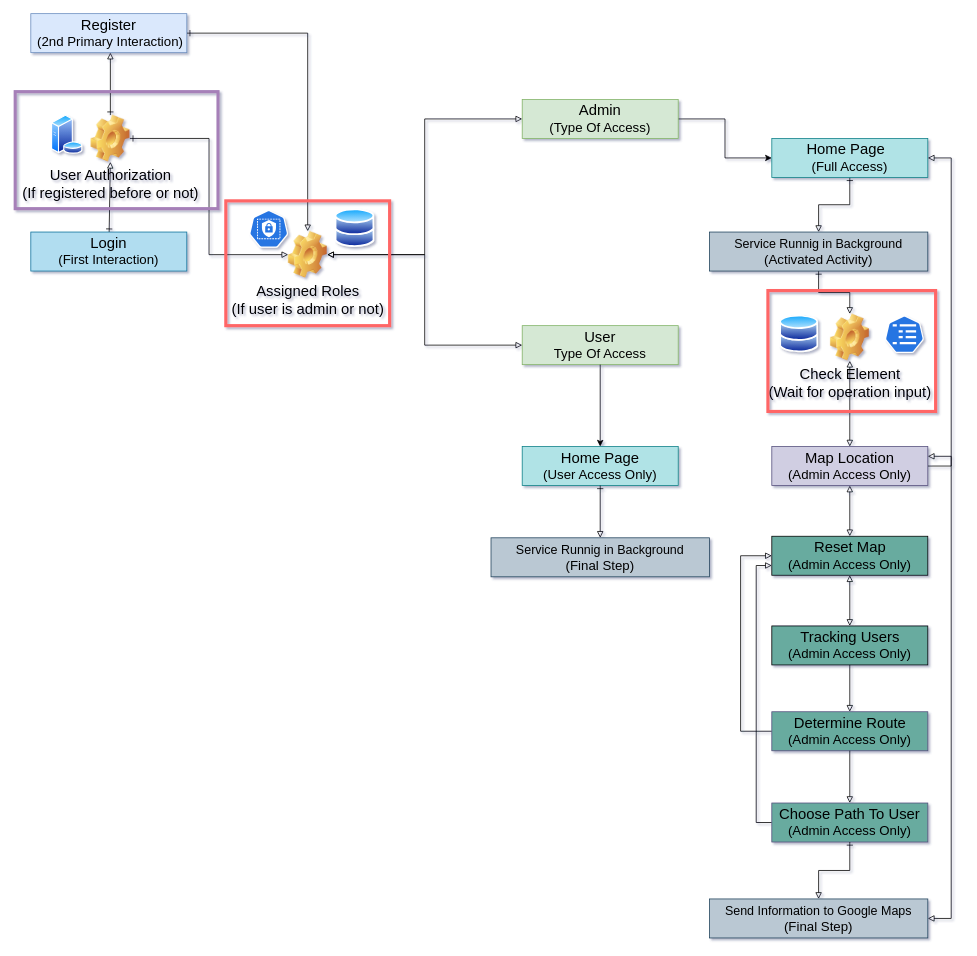
The draw.io diagram Untitled Diagram.drawio in George2G/Diagram_Diploma, before the edit. Source tidied: cells renumbered, new cells numbered last; positions are measured from the earlier drawing's top-left corner, leaving out a move shared by most shapes. Both pictures are drawn from the tidied source at 78%, with x=0, y=0 at pixel (15, 13).
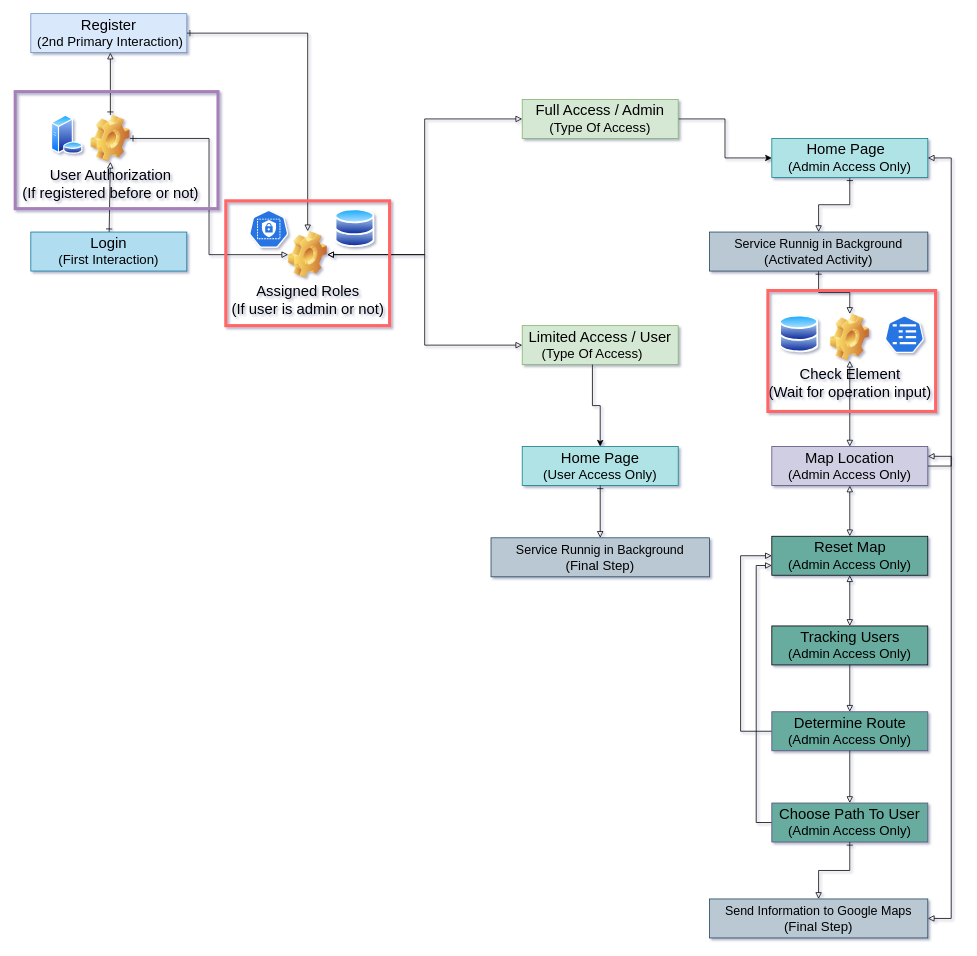
Above is the later version.

Change to the diagram source:
```diff
@@
-    <mxCell id="16" value="&lt;font style=&quot;font-size: 17px&quot;&gt;(Full Access)&lt;/font&gt;" style="text;html=1;strokeColor=none;fillColor=none;align=center;verticalAlign=middle;whiteSpace=wrap;rounded=0;fontSize=20;" parent="1" vertex="1">
-      <mxGeometry x="990" y="180" width="160" height="30" as="geometry" />
+    <mxCell id="16" value="&lt;font style=&quot;font-size: 17px&quot;&gt;(Admin Access Only)&lt;/font&gt;" style="text;html=1;strokeColor=none;fillColor=none;align=center;verticalAlign=middle;whiteSpace=wrap;rounded=0;fontSize=20;" parent="1" vertex="1">
+      <mxGeometry x="970" y="180" width="200" height="30" as="geometry" />
     </mxCell>
@@
-    <mxCell id="18" value="&lt;span style=&quot;font-size: 19px&quot;&gt;User&lt;/span&gt;" style="text;html=1;strokeColor=none;fillColor=none;align=center;verticalAlign=middle;whiteSpace=wrap;rounded=0;" parent="1" vertex="1">
-      <mxGeometry x="685" y="400" width="130" height="30" as="geometry" />
+    <mxCell id="18" value="&lt;span style=&quot;font-size: 19px&quot;&gt;Limited Access / User&lt;/span&gt;" style="text;html=1;strokeColor=none;fillColor=none;align=center;verticalAlign=middle;whiteSpace=wrap;rounded=0;" parent="1" vertex="1">
+      <mxGeometry x="650" y="400" width="200" height="30" as="geometry" />
     </mxCell>
@@
-    <mxCell id="20" value="&lt;font style=&quot;font-size: 17px&quot;&gt;Type Of Access&lt;/font&gt;" style="text;html=1;strokeColor=none;fillColor=none;align=center;verticalAlign=middle;whiteSpace=wrap;rounded=0;fontSize=20;" parent="1" vertex="1">
-      <mxGeometry x="670" y="420" width="160" height="30" as="geometry" />
+    <mxCell id="20" value="&lt;font style=&quot;font-size: 17px&quot;&gt;(Type Of Access)&lt;/font&gt;" style="text;html=1;strokeColor=none;fillColor=none;align=center;verticalAlign=middle;whiteSpace=wrap;rounded=0;fontSize=20;" parent="1" vertex="1">
+      <mxGeometry x="650" y="420" width="180" height="30" as="geometry" />
     </mxCell>
@@
-    <mxCell id="23" value="&lt;span style=&quot;font-size: 19px&quot;&gt;Admin&lt;/span&gt;" style="text;html=1;strokeColor=none;fillColor=none;align=center;verticalAlign=middle;whiteSpace=wrap;rounded=0;" parent="1" vertex="1">
-      <mxGeometry x="685" y="110" width="130" height="30" as="geometry" />
+    <mxCell id="23" value="&lt;span style=&quot;font-size: 19px&quot;&gt;Full Access / Admin&lt;/span&gt;" style="text;html=1;strokeColor=none;fillColor=none;align=center;verticalAlign=middle;whiteSpace=wrap;rounded=0;" parent="1" vertex="1">
+      <mxGeometry x="650" y="110" width="200" height="30" as="geometry" />
     </mxCell>
```
